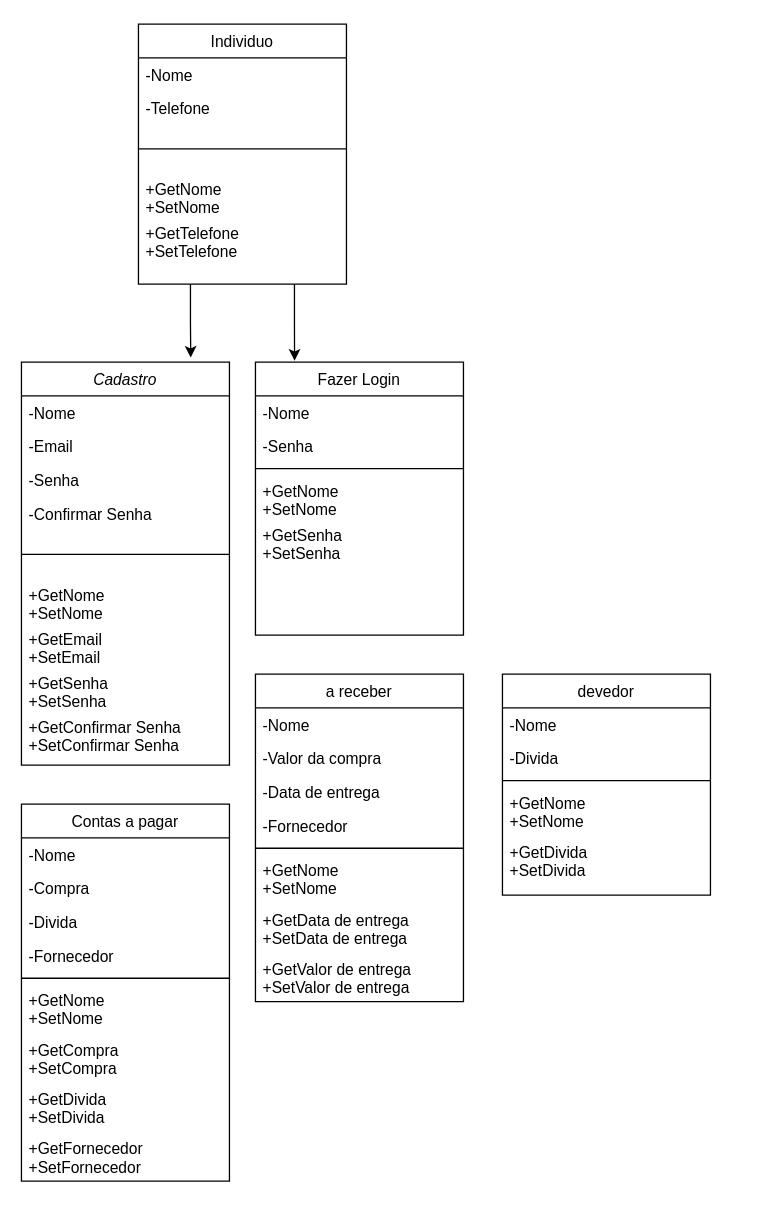
Above: Doc/classes.drawio in AmabilyCarvalho/Equipe5 (draw.io), before the change. Source tidied: cells renumbered, new cells numbered last; positions are measured from the earlier drawing's top-left corner, leaving out a move shared by most shapes. Both pictures are drawn from the tidied source at 130%, with x=0, y=0 at pixel (21, 23).
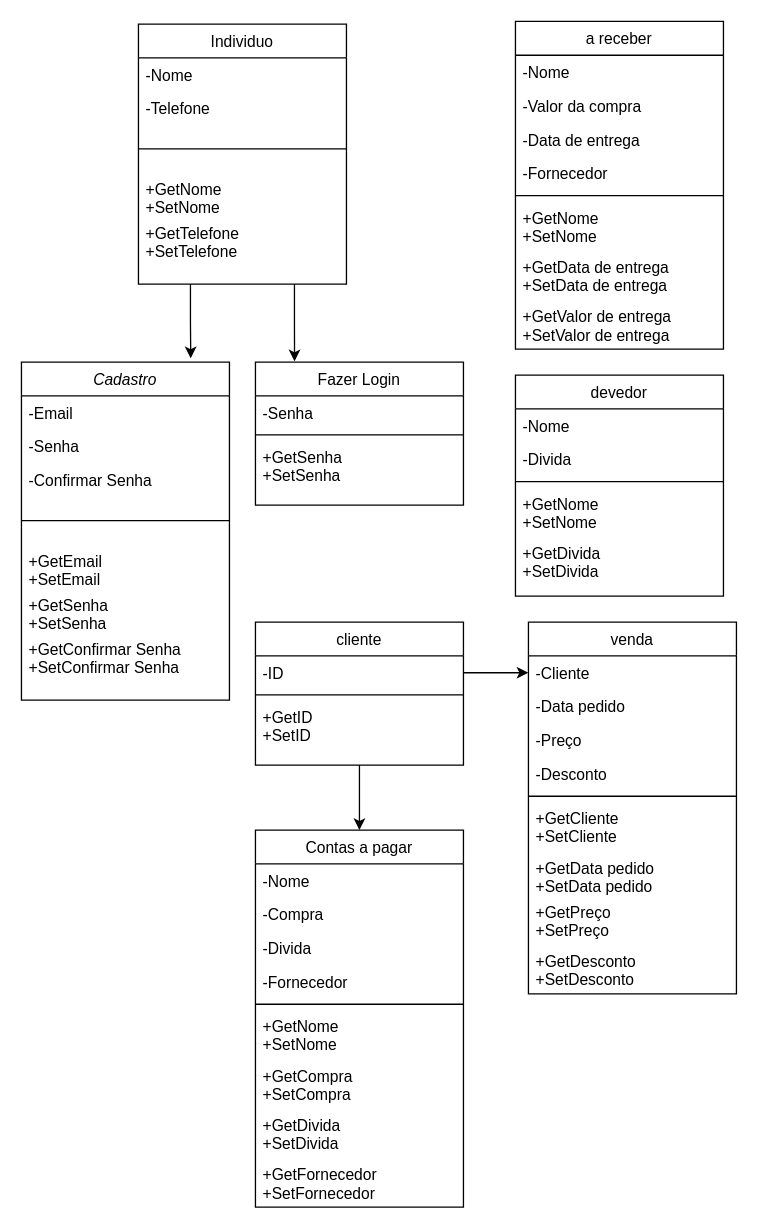
Above is the later version.

Change to the diagram source:
```diff
@@
     <mxCell id="2" value="Cadastro" style="swimlane;fontStyle=2;align=center;verticalAlign=top;horizontal=1;startSize=26;rounded=0;shadow=0;strokeWidth=1;" parent="1" vertex="1">
-      <mxGeometry y="260" width="160" height="310" as="geometry" />
+      <mxGeometry y="260" width="160" height="260" as="geometry" />
     </mxCell>
-    <mxCell id="3" value="-Nome" style="text;align=left;verticalAlign=top;spacingLeft=4;spacingRight=4;overflow=hidden;" parent="2" vertex="1">
-      <mxGeometry y="26" width="160" height="26" as="geometry" />
-    </mxCell>
     <mxCell id="4" value="-Email" style="text;align=left;verticalAlign=top;spacingLeft=4;spacingRight=4;overflow=hidden;rounded=0;shadow=0;html=0;" parent="2" vertex="1">
-      <mxGeometry y="52" width="160" height="26" as="geometry" />
+      <mxGeometry y="26" width="160" height="26" as="geometry" />
     </mxCell>
     <mxCell id="5" value="-Senha" style="text;align=left;verticalAlign=top;spacingLeft=4;spacingRight=4;overflow=hidden;rounded=0;shadow=0;html=0;" parent="2" vertex="1">
-      <mxGeometry y="78" width="160" height="26" as="geometry" />
+      <mxGeometry y="52" width="160" height="26" as="geometry" />
     </mxCell>
     <mxCell id="6" value="-Confirmar Senha" style="text;align=left;verticalAlign=top;spacingLeft=4;spacingRight=4;overflow=hidden;rounded=0;shadow=0;html=0;" parent="2" vertex="1">
-      <mxGeometry y="104" width="160" height="26" as="geometry" />
+      <mxGeometry y="78" width="160" height="26" as="geometry" />
     </mxCell>
     <mxCell id="7" style="line;html=1;strokeWidth=1;align=left;verticalAlign=middle;spacingTop=-1;spacingLeft=3;spacingRight=3;labelPosition=right;" parent="2" vertex="1">
-      <mxGeometry y="130" width="160" height="36" as="geometry" />
+      <mxGeometry y="104" width="160" height="36" as="geometry" />
     </mxCell>
-    <mxCell id="8" value="+GetNome&#10;+SetNome" style="text;align=left;verticalAlign=top;spacingLeft=4;spacingRight=4;overflow=hidden;" parent="2" vertex="1">
-      <mxGeometry y="166" width="160" height="34" as="geometry" />
-    </mxCell>
     <mxCell id="9" value="+GetEmail&#10;+SetEmail" style="text;align=left;verticalAlign=top;spacingLeft=4;spacingRight=4;overflow=hidden;" parent="2" vertex="1">
-      <mxGeometry y="200" width="160" height="34" as="geometry" />
+      <mxGeometry y="140" width="160" height="34" as="geometry" />
     </mxCell>
     <mxCell id="10" value="+GetSenha&#10;+SetSenha" style="text;align=left;verticalAlign=top;spacingLeft=4;spacingRight=4;overflow=hidden;" parent="2" vertex="1">
-      <mxGeometry y="234" width="160" height="34" as="geometry" />
+      <mxGeometry y="174" width="160" height="34" as="geometry" />
     </mxCell>
     <mxCell id="11" value="+GetConfirmar Senha&#10;+SetConfirmar Senha" style="text;align=left;verticalAlign=top;spacingLeft=4;spacingRight=4;overflow=hidden;" parent="2" vertex="1">
-      <mxGeometry y="268" width="160" height="34" as="geometry" />
+      <mxGeometry y="208" width="160" height="34" as="geometry" />
     </mxCell>
     <mxCell id="12" value="Contas a pagar" style="swimlane;fontStyle=0;align=center;verticalAlign=top;horizontal=1;startSize=26;rounded=0;shadow=0;strokeWidth=1;" parent="1" vertex="1">
-      <mxGeometry y="600" width="160" height="290" as="geometry" />
+      <mxGeometry x="180" y="620" width="160" height="290" as="geometry" />
     </mxCell>
@@
     <mxCell id="22" value="Fazer Login" style="swimlane;fontStyle=0;align=center;verticalAlign=top;horizontal=1;startSize=26;rounded=0;shadow=0;strokeWidth=1;" parent="1" vertex="1">
-      <mxGeometry x="180" y="260" width="160" height="210" as="geometry" />
+      <mxGeometry x="180" y="260" width="160" height="110" as="geometry" />
     </mxCell>
-    <mxCell id="23" value="-Nome" style="text;align=left;verticalAlign=top;spacingLeft=4;spacingRight=4;overflow=hidden;" parent="22" vertex="1">
-      <mxGeometry y="26" width="160" height="26" as="geometry" />
-    </mxCell>
     <mxCell id="24" value="-Senha" style="text;align=left;verticalAlign=top;spacingLeft=4;spacingRight=4;overflow=hidden;rounded=0;shadow=0;html=0;" parent="22" vertex="1">
-      <mxGeometry y="52" width="160" height="26" as="geometry" />
+      <mxGeometry y="26" width="160" height="26" as="geometry" />
     </mxCell>
     <mxCell id="25" style="line;html=1;strokeWidth=1;align=left;verticalAlign=middle;spacingTop=-1;spacingLeft=3;spacingRight=3;labelPosition=right;" parent="22" vertex="1">
-      <mxGeometry y="78" width="160" height="8" as="geometry" />
+      <mxGeometry y="52" width="160" height="8" as="geometry" />
     </mxCell>
-    <mxCell id="26" value="+GetNome&#10;+SetNome" style="text;align=left;verticalAlign=top;spacingLeft=4;spacingRight=4;overflow=hidden;" parent="22" vertex="1">
-      <mxGeometry y="86" width="160" height="34" as="geometry" />
-    </mxCell>
     <mxCell id="27" value="+GetSenha&#10;+SetSenha" style="text;align=left;verticalAlign=top;spacingLeft=4;spacingRight=4;overflow=hidden;" parent="22" vertex="1">
-      <mxGeometry y="120" width="160" height="34" as="geometry" />
+      <mxGeometry y="60" width="160" height="34" as="geometry" />
     </mxCell>
     <mxCell id="28" value="a receber" style="swimlane;fontStyle=0;align=center;verticalAlign=top;horizontal=1;startSize=26;rounded=0;shadow=0;strokeWidth=1;" parent="1" vertex="1">
-      <mxGeometry x="180" y="500" width="160" height="252" as="geometry" />
+      <mxGeometry x="380" y="-2" width="160" height="252" as="geometry" />
     </mxCell>
@@
     <mxCell id="37" value="devedor" style="swimlane;fontStyle=0;align=center;verticalAlign=top;horizontal=1;startSize=26;rounded=0;shadow=0;strokeWidth=1;" parent="1" vertex="1">
-      <mxGeometry x="370" y="500" width="160" height="170" as="geometry" />
+      <mxGeometry x="380" y="270" width="160" height="170" as="geometry" />
     </mxCell>
@@
+    <mxCell id="51" value="venda" style="swimlane;fontStyle=0;align=center;verticalAlign=top;horizontal=1;startSize=26;rounded=0;shadow=0;strokeWidth=1;" parent="1" vertex="1">
+      <mxGeometry x="390" y="460" width="160" height="286" as="geometry" />
+    </mxCell>
+    <mxCell id="52" value="-Cliente" style="text;align=left;verticalAlign=top;spacingLeft=4;spacingRight=4;overflow=hidden;points=[[0,0.5],[1,0.5]];portConstraint=eastwest;" parent="51" vertex="1">
+      <mxGeometry y="26" width="160" height="26" as="geometry" />
+    </mxCell>
+    <mxCell id="53" value="-Data pedido" style="text;align=left;verticalAlign=top;spacingLeft=4;spacingRight=4;overflow=hidden;rounded=0;shadow=0;html=0;" parent="51" vertex="1">
+      <mxGeometry y="52" width="160" height="26" as="geometry" />
+    </mxCell>
+    <mxCell id="54" value="-Preço" style="text;align=left;verticalAlign=top;spacingLeft=4;spacingRight=4;overflow=hidden;rounded=0;shadow=0;html=0;" parent="51" vertex="1">
+      <mxGeometry y="78" width="160" height="26" as="geometry" />
+    </mxCell>
+    <mxCell id="55" value="-Desconto" style="text;align=left;verticalAlign=top;spacingLeft=4;spacingRight=4;overflow=hidden;rounded=0;shadow=0;html=0;" parent="51" vertex="1">
+      <mxGeometry y="104" width="160" height="26" as="geometry" />
+    </mxCell>
+    <mxCell id="56" style="line;html=1;strokeWidth=1;align=left;verticalAlign=middle;spacingTop=-1;spacingLeft=3;spacingRight=3;labelPosition=right;" parent="51" vertex="1">
+      <mxGeometry y="130" width="160" height="8" as="geometry" />
+    </mxCell>
+    <mxCell id="57" value="+GetCliente&#10;+SetCliente" style="text;align=left;verticalAlign=top;spacingLeft=4;spacingRight=4;overflow=hidden;fontStyle=0;" parent="51" vertex="1">
+      <mxGeometry y="138" width="160" height="38" as="geometry" />
+    </mxCell>
+    <mxCell id="58" value="+GetData pedido&#10;+SetData pedido" style="text;align=left;verticalAlign=top;spacingLeft=4;spacingRight=4;overflow=hidden;fontStyle=0;" parent="51" vertex="1">
+      <mxGeometry y="176" width="160" height="34" as="geometry" />
+    </mxCell>
+    <mxCell id="59" value="+GetPreço&#10;+SetPreço" style="text;align=left;verticalAlign=top;spacingLeft=4;spacingRight=4;overflow=hidden;fontStyle=0;" parent="51" vertex="1">
+      <mxGeometry y="210" width="160" height="38" as="geometry" />
+    </mxCell>
+    <mxCell id="60" value="+GetDesconto&#10;+SetDesconto" style="text;align=left;verticalAlign=top;spacingLeft=4;spacingRight=4;overflow=hidden;fontStyle=0;" parent="51" vertex="1">
+      <mxGeometry y="248" width="160" height="38" as="geometry" />
+    </mxCell>
+    <mxCell id="61" style="edgeStyle=orthogonalEdgeStyle;rounded=0;jettySize=auto;html=1;exitX=0.5;exitY=1;exitDx=0;exitDy=0;entryX=0.5;entryY=0;entryDx=0;entryDy=0;" parent="1" edge="1" source="62" target="12">
+      <mxGeometry relative="1" as="geometry" />
+    </mxCell>
+    <mxCell id="62" value="cliente" style="swimlane;fontStyle=0;align=center;verticalAlign=top;horizontal=1;startSize=26;rounded=0;shadow=0;strokeWidth=1;" parent="1" vertex="1">
+      <mxGeometry x="180" y="460" width="160" height="110" as="geometry" />
+    </mxCell>
+    <mxCell id="63" value="-ID" style="text;align=left;verticalAlign=top;spacingLeft=4;spacingRight=4;overflow=hidden;points=[[0,0.5],[1,0.5]];portConstraint=eastwest;" parent="62" vertex="1">
+      <mxGeometry y="26" width="160" height="26" as="geometry" />
+    </mxCell>
+    <mxCell id="64" style="line;html=1;strokeWidth=1;align=left;verticalAlign=middle;spacingTop=-1;spacingLeft=3;spacingRight=3;labelPosition=right;" parent="62" vertex="1">
+      <mxGeometry y="52" width="160" height="8" as="geometry" />
+    </mxCell>
+    <mxCell id="65" value="+GetID&#10;+SetID" style="text;align=left;verticalAlign=top;spacingLeft=4;spacingRight=4;overflow=hidden;fontStyle=0;" parent="62" vertex="1">
+      <mxGeometry y="60" width="160" height="38" as="geometry" />
+    </mxCell>
+    <mxCell id="66" style="edgeStyle=orthogonalEdgeStyle;rounded=0;jettySize=auto;html=1;exitX=1;exitY=0.5;exitDx=0;exitDy=0;entryX=0;entryY=0.5;entryDx=0;entryDy=0;" parent="1" edge="1" source="63" target="52">
+      <mxGeometry relative="1" as="geometry" />
+    </mxCell>
```
